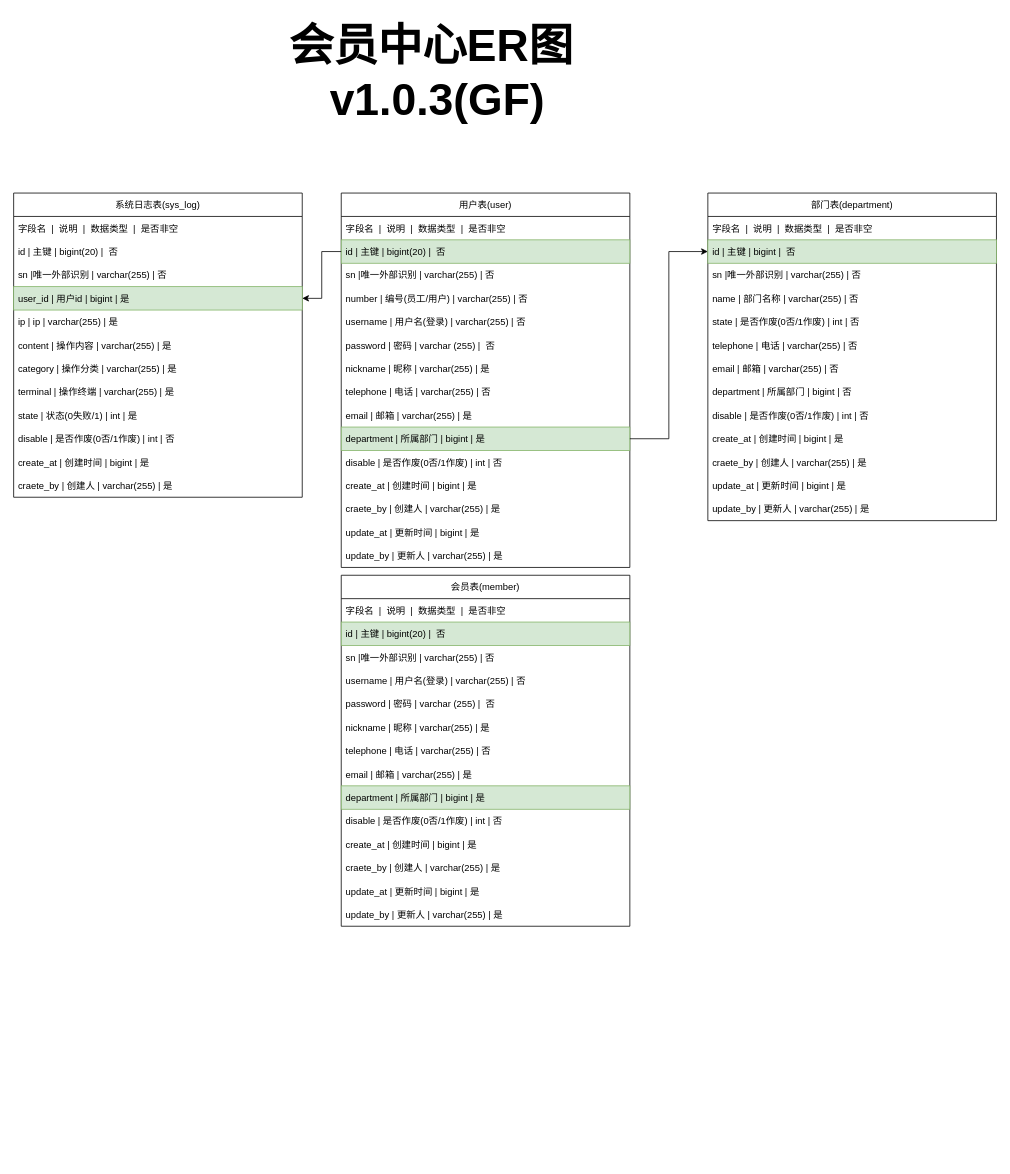
Before: er/tf/会员中心.drawio in GF521123/file, a draw.io diagram. Source tidied: cells renumbered, new cells numbered last; positions are measured from the earlier drawing's top-left corner, leaving out a move shared by most shapes. Both pictures are drawn from the tidied source at 78%, with x=0, y=0 at pixel (13, 13).
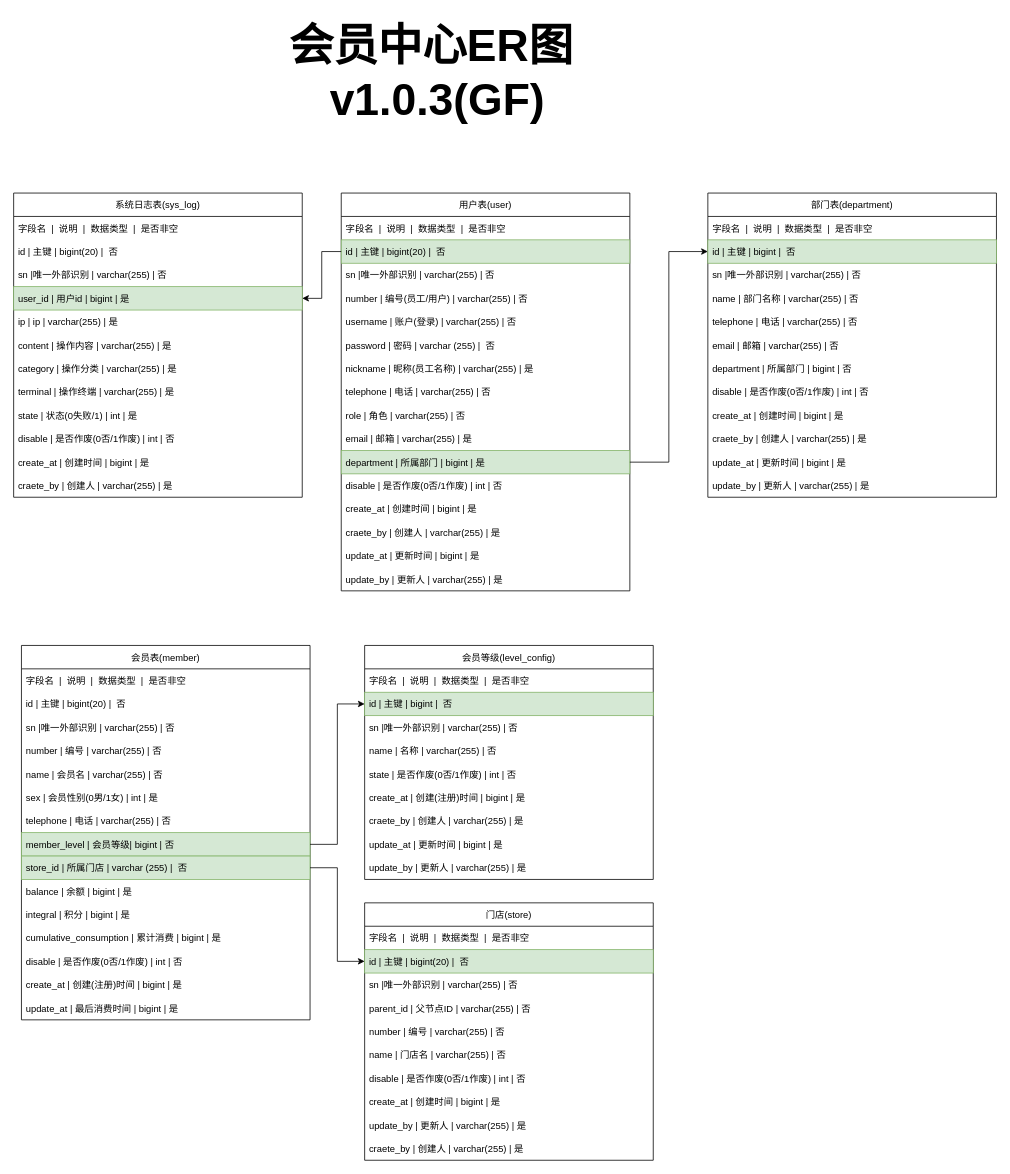
The same diagram, later.

Commit message (it also covers changes not shown here):
更新会员中心.drawio

Change to the diagram source:
```diff
@@
     <mxCell id="3" value="用户表(user)" style="swimlane;fontStyle=0;horizontal=1;startSize=30;" parent="1" vertex="1">
-      <mxGeometry x="420" y="230" width="370" height="480" as="geometry" />
+      <mxGeometry x="420" y="230" width="370" height="510" as="geometry" />
     </mxCell>
@@
-    <mxCell id="8" value="username | 用户名(登录) | varchar(255) | 否  " style="text;strokeColor=none;fillColor=none;align=left;verticalAlign=middle;spacingLeft=4;spacingRight=4;overflow=hidden;" parent="3" vertex="1">
+    <mxCell id="8" value="username | 账户(登录) | varchar(255) | 否  " style="text;strokeColor=none;fillColor=none;align=left;verticalAlign=middle;spacingLeft=4;spacingRight=4;overflow=hidden;" parent="3" vertex="1">
       <mxGeometry y="150" width="370" height="30" as="geometry" />
     </mxCell>
@@
-    <mxCell id="10" value="nickname | 昵称 | varchar(255) | 是" style="text;strokeColor=none;fillColor=none;align=left;verticalAlign=middle;spacingLeft=4;spacingRight=4;overflow=hidden;" parent="3" vertex="1">
+    <mxCell id="10" value="nickname | 昵称(员工名称) | varchar(255) | 是" style="text;strokeColor=none;fillColor=none;align=left;verticalAlign=middle;spacingLeft=4;spacingRight=4;overflow=hidden;" parent="3" vertex="1">
       <mxGeometry y="210" width="370" height="30" as="geometry" />
     </mxCell>
@@
+    <mxCell id="63" value="role | 角色 | varchar(255) | 否" style="text;strokeColor=none;fillColor=none;align=left;verticalAlign=middle;spacingLeft=4;spacingRight=4;overflow=hidden;" parent="3" vertex="1">
+      <mxGeometry y="270" width="370" height="30" as="geometry" />
+    </mxCell>
     <mxCell id="12" value="email | 邮箱 | varchar(255) | 是" style="text;strokeColor=none;fillColor=none;align=left;verticalAlign=middle;spacingLeft=4;spacingRight=4;overflow=hidden;" parent="3" vertex="1">
-      <mxGeometry y="270" width="370" height="30" as="geometry" />
+      <mxGeometry y="300" width="370" height="30" as="geometry" />
     </mxCell>
     <mxCell id="13" value="department | 所属部门 | bigint | 是" style="text;strokeColor=#82b366;fillColor=#d5e8d4;align=left;verticalAlign=middle;spacingLeft=4;spacingRight=4;overflow=hidden;points=[[0,0.5],[1,0.5]];portConstraint=eastwest;" parent="3" vertex="1">
-      <mxGeometry y="300" width="370" height="30" as="geometry" />
+      <mxGeometry y="330" width="370" height="30" as="geometry" />
     </mxCell>
     <mxCell id="14" value="disable | 是否作废(0否/1作废) | int | 否" style="text;strokeColor=none;fillColor=none;align=left;verticalAlign=middle;spacingLeft=4;spacingRight=4;overflow=hidden;" parent="3" vertex="1">
-      <mxGeometry y="330" width="370" height="30" as="geometry" />
+      <mxGeometry y="360" width="370" height="30" as="geometry" />
     </mxCell>
     <mxCell id="15" value="create_at | 创建时间 | bigint | 是" style="text;strokeColor=none;fillColor=none;align=left;verticalAlign=middle;spacingLeft=4;spacingRight=4;overflow=hidden;" parent="3" vertex="1">
-      <mxGeometry y="360" width="370" height="30" as="geometry" />
+      <mxGeometry y="390" width="370" height="30" as="geometry" />
     </mxCell>
     <mxCell id="16" value="craete_by | 创建人 | varchar(255) | 是" style="text;strokeColor=none;fillColor=none;align=left;verticalAlign=middle;spacingLeft=4;spacingRight=4;overflow=hidden;" parent="3" vertex="1">
-      <mxGeometry y="390" width="370" height="30" as="geometry" />
+      <mxGeometry y="420" width="370" height="30" as="geometry" />
     </mxCell>
     <mxCell id="17" value="update_at | 更新时间 | bigint | 是" style="text;strokeColor=none;fillColor=none;align=left;verticalAlign=middle;spacingLeft=4;spacingRight=4;overflow=hidden;" parent="3" vertex="1">
-      <mxGeometry y="420" width="370" height="30" as="geometry" />
+      <mxGeometry y="450" width="370" height="30" as="geometry" />
     </mxCell>
     <mxCell id="18" value="update_by | 更新人 | varchar(255) | 是" style="text;strokeColor=none;fillColor=none;align=left;verticalAlign=middle;spacingLeft=4;spacingRight=4;overflow=hidden;" parent="3" vertex="1">
-      <mxGeometry y="450" width="370" height="30" as="geometry" />
+      <mxGeometry y="480" width="370" height="30" as="geometry" />
     </mxCell>
     <mxCell id="19" value="部门表(department)" style="swimlane;fontStyle=0;horizontal=1;startSize=30;" parent="1" vertex="1">
-      <mxGeometry x="890" y="230" width="370" height="420" as="geometry" />
+      <mxGeometry x="890" y="230" width="370" height="390" as="geometry" />
     </mxCell>
@@
-    <mxCell id="24" value="state | 是否作废(0否/1作废) | int | 否" style="text;strokeColor=none;fillColor=none;align=left;verticalAlign=middle;spacingLeft=4;spacingRight=4;overflow=hidden;" parent="19" vertex="1">
-      <mxGeometry y="150" width="370" height="30" as="geometry" />
-    </mxCell>
     <mxCell id="25" value="telephone | 电话 | varchar(255) | 否" style="text;strokeColor=none;fillColor=none;align=left;verticalAlign=middle;spacingLeft=4;spacingRight=4;overflow=hidden;" parent="19" vertex="1">
-      <mxGeometry y="180" width="370" height="30" as="geometry" />
+      <mxGeometry y="150" width="370" height="30" as="geometry" />
     </mxCell>
     <mxCell id="26" value="email | 邮箱 | varchar(255) | 否" style="text;strokeColor=none;fillColor=none;align=left;verticalAlign=middle;spacingLeft=4;spacingRight=4;overflow=hidden;" parent="19" vertex="1">
-      <mxGeometry y="210" width="370" height="30" as="geometry" />
+      <mxGeometry y="180" width="370" height="30" as="geometry" />
     </mxCell>
     <mxCell id="27" value="department | 所属部门 | bigint | 否" style="text;strokeColor=none;fillColor=none;align=left;verticalAlign=middle;spacingLeft=4;spacingRight=4;overflow=hidden;" parent="19" vertex="1">
-      <mxGeometry y="240" width="370" height="30" as="geometry" />
+      <mxGeometry y="210" width="370" height="30" as="geometry" />
     </mxCell>
     <mxCell id="28" value="disable | 是否作废(0否/1作废) | int | 否" style="text;strokeColor=none;fillColor=none;align=left;verticalAlign=middle;spacingLeft=4;spacingRight=4;overflow=hidden;" parent="19" vertex="1">
-      <mxGeometry y="270" width="370" height="30" as="geometry" />
+      <mxGeometry y="240" width="370" height="30" as="geometry" />
     </mxCell>
     <mxCell id="29" value="create_at | 创建时间 | bigint | 是" style="text;strokeColor=none;fillColor=none;align=left;verticalAlign=middle;spacingLeft=4;spacingRight=4;overflow=hidden;" parent="19" vertex="1">
-      <mxGeometry y="300" width="370" height="30" as="geometry" />
+      <mxGeometry y="270" width="370" height="30" as="geometry" />
     </mxCell>
     <mxCell id="30" value="craete_by | 创建人 | varchar(255) | 是" style="text;strokeColor=none;fillColor=none;align=left;verticalAlign=middle;spacingLeft=4;spacingRight=4;overflow=hidden;" parent="19" vertex="1">
-      <mxGeometry y="330" width="370" height="30" as="geometry" />
+      <mxGeometry y="300" width="370" height="30" as="geometry" />
     </mxCell>
     <mxCell id="31" value="update_at | 更新时间 | bigint | 是" style="text;strokeColor=none;fillColor=none;align=left;verticalAlign=middle;spacingLeft=4;spacingRight=4;overflow=hidden;" parent="19" vertex="1">
-      <mxGeometry y="360" width="370" height="30" as="geometry" />
+      <mxGeometry y="330" width="370" height="30" as="geometry" />
     </mxCell>
     <mxCell id="32" value="update_by | 更新人 | varchar(255) | 是" style="text;strokeColor=none;fillColor=none;align=left;verticalAlign=middle;spacingLeft=4;spacingRight=4;overflow=hidden;" parent="19" vertex="1">
-      <mxGeometry y="390" width="370" height="30" as="geometry" />
+      <mxGeometry y="360" width="370" height="30" as="geometry" />
     </mxCell>
@@
     <mxCell id="48" value="会员表(member)" style="swimlane;fontStyle=0;horizontal=1;startSize=30;" parent="1" vertex="1">
-      <mxGeometry x="420" y="720" width="370" height="450" as="geometry" />
+      <mxGeometry x="10" y="810" width="370" height="480" as="geometry" />
     </mxCell>
@@
-    <mxCell id="50" value="id | 主键 | bigint(20) |  否" style="text;strokeColor=#82b366;fillColor=#d5e8d4;align=left;verticalAlign=middle;spacingLeft=4;spacingRight=4;overflow=hidden;" parent="48" vertex="1">
+    <mxCell id="50" value="id | 主键 | bigint(20) |  否" style="text;align=left;verticalAlign=middle;spacingLeft=4;spacingRight=4;overflow=hidden;" parent="48" vertex="1">
       <mxGeometry y="60" width="370" height="30" as="geometry" />
     </mxCell>
@@
+    <mxCell id="64" value="number | 编号 | varchar(255) | 否" style="text;strokeColor=none;fillColor=none;align=left;verticalAlign=middle;spacingLeft=4;spacingRight=4;overflow=hidden;" parent="48" vertex="1">
+      <mxGeometry y="120" width="370" height="30" as="geometry" />
+    </mxCell>
-    <mxCell id="52" value="username | 用户名(登录) | varchar(255) | 否  " style="text;strokeColor=none;fillColor=none;align=left;verticalAlign=middle;spacingLeft=4;spacingRight=4;overflow=hidden;" parent="48" vertex="1">
-      <mxGeometry y="120" width="370" height="30" as="geometry" />
+    <mxCell id="52" value="name | 会员名 | varchar(255) | 否  " style="text;strokeColor=none;fillColor=none;align=left;verticalAlign=middle;spacingLeft=4;spacingRight=4;overflow=hidden;" parent="48" vertex="1">
+      <mxGeometry y="150" width="370" height="30" as="geometry" />
     </mxCell>
+    <mxCell id="65" value="sex | 会员性别(0男/1女) | int | 是" style="text;strokeColor=none;fillColor=none;align=left;verticalAlign=middle;spacingLeft=4;spacingRight=4;overflow=hidden;" parent="48" vertex="1">
+      <mxGeometry y="180" width="370" height="30" as="geometry" />
+    </mxCell>
+    <mxCell id="55" value="telephone | 电话 | varchar(255) | 否" style="text;strokeColor=none;fillColor=none;align=left;verticalAlign=middle;spacingLeft=4;spacingRight=4;overflow=hidden;" parent="48" vertex="1">
+      <mxGeometry y="210" width="370" height="30" as="geometry" />
+    </mxCell>
+    <mxCell id="56" value="member_level | 会员等级| bigint | 否" style="text;strokeColor=#82b366;fillColor=#d5e8d4;align=left;verticalAlign=middle;spacingLeft=4;spacingRight=4;overflow=hidden;points=[[0,0.5],[1,0.5]];portConstraint=eastwest;" parent="48" vertex="1">
+      <mxGeometry y="240" width="370" height="30" as="geometry" />
+    </mxCell>
-    <mxCell id="53" value="password | 密码 | varchar (255) |  否" style="text;strokeColor=none;fillColor=none;align=left;verticalAlign=middle;spacingLeft=4;spacingRight=4;overflow=hidden;points=[[0,0.5],[1,0.5]];portConstraint=eastwest;" parent="48" vertex="1">
-      <mxGeometry y="150" width="370" height="30" as="geometry" />
+    <mxCell id="53" value="store_id | 所属门店 | varchar (255) |  否" style="text;strokeColor=#82b366;fillColor=#d5e8d4;align=left;verticalAlign=middle;spacingLeft=4;spacingRight=4;overflow=hidden;points=[[0,0.5],[1,0.5]];portConstraint=eastwest;" parent="48" vertex="1">
+      <mxGeometry y="270" width="370" height="30" as="geometry" />
     </mxCell>
-    <mxCell id="54" value="nickname | 昵称 | varchar(255) | 是" style="text;strokeColor=none;fillColor=none;align=left;verticalAlign=middle;spacingLeft=4;spacingRight=4;overflow=hidden;" parent="48" vertex="1">
-      <mxGeometry y="180" width="370" height="30" as="geometry" />
+    <mxCell id="54" value="balance | 余额 | bigint | 是" style="text;strokeColor=none;fillColor=none;align=left;verticalAlign=middle;spacingLeft=4;spacingRight=4;overflow=hidden;" parent="48" vertex="1">
+      <mxGeometry y="300" width="370" height="30" as="geometry" />
     </mxCell>
-    <mxCell id="55" value="telephone | 电话 | varchar(255) | 否" style="text;strokeColor=none;fillColor=none;align=left;verticalAlign=middle;spacingLeft=4;spacingRight=4;overflow=hidden;" parent="48" vertex="1">
-      <mxGeometry y="210" width="370" height="30" as="geometry" />
-    </mxCell>
-    <mxCell id="56" value="email | 邮箱 | varchar(255) | 是" style="text;strokeColor=none;fillColor=none;align=left;verticalAlign=middle;spacingLeft=4;spacingRight=4;overflow=hidden;points=[[0,0.5],[1,0.5]];portConstraint=eastwest;" parent="48" vertex="1">
-      <mxGeometry y="240" width="370" height="30" as="geometry" />
-    </mxCell>
-    <mxCell id="57" value="department | 所属部门 | bigint | 是" style="text;strokeColor=#82b366;fillColor=#d5e8d4;align=left;verticalAlign=middle;spacingLeft=4;spacingRight=4;overflow=hidden;" parent="48" vertex="1">
-      <mxGeometry y="270" width="370" height="30" as="geometry" />
+    <mxCell id="57" value="integral | 积分 | bigint | 是" style="text;align=left;verticalAlign=middle;spacingLeft=4;spacingRight=4;overflow=hidden;" parent="48" vertex="1">
+      <mxGeometry y="330" width="370" height="30" as="geometry" />
     </mxCell>
+    <mxCell id="66" value="cumulative_consumption | 累计消费 | bigint | 是" style="text;strokeColor=none;fillColor=none;align=left;verticalAlign=middle;spacingLeft=4;spacingRight=4;overflow=hidden;" parent="48" vertex="1">
+      <mxGeometry y="360" width="370" height="30" as="geometry" />
+    </mxCell>
     <mxCell id="58" value="disable | 是否作废(0否/1作废) | int | 否" style="text;strokeColor=none;fillColor=none;align=left;verticalAlign=middle;spacingLeft=4;spacingRight=4;overflow=hidden;" parent="48" vertex="1">
-      <mxGeometry y="300" width="370" height="30" as="geometry" />
+      <mxGeometry y="390" width="370" height="30" as="geometry" />
     </mxCell>
-    <mxCell id="59" value="create_at | 创建时间 | bigint | 是" style="text;strokeColor=none;fillColor=none;align=left;verticalAlign=middle;spacingLeft=4;spacingRight=4;overflow=hidden;" parent="48" vertex="1">
-      <mxGeometry y="330" width="370" height="30" as="geometry" />
+    <mxCell id="59" value="create_at | 创建(注册)时间 | bigint | 是" style="text;strokeColor=none;fillColor=none;align=left;verticalAlign=middle;spacingLeft=4;spacingRight=4;overflow=hidden;" parent="48" vertex="1">
+      <mxGeometry y="420" width="370" height="30" as="geometry" />
     </mxCell>
-    <mxCell id="60" value="craete_by | 创建人 | varchar(255) | 是" style="text;strokeColor=none;fillColor=none;align=left;verticalAlign=middle;spacingLeft=4;spacingRight=4;overflow=hidden;" parent="48" vertex="1">
-      <mxGeometry y="360" width="370" height="30" as="geometry" />
-    </mxCell>
-    <mxCell id="61" value="update_at | 更新时间 | bigint | 是" style="text;strokeColor=none;fillColor=none;align=left;verticalAlign=middle;spacingLeft=4;spacingRight=4;overflow=hidden;" parent="48" vertex="1">
-      <mxGeometry y="390" width="370" height="30" as="geometry" />
+    <mxCell id="61" value="update_at | 最后消费时间 | bigint | 是" style="text;strokeColor=none;fillColor=none;align=left;verticalAlign=middle;spacingLeft=4;spacingRight=4;overflow=hidden;" parent="48" vertex="1">
+      <mxGeometry y="450" width="370" height="30" as="geometry" />
     </mxCell>
-    <mxCell id="62" value="update_by | 更新人 | varchar(255) | 是" style="text;strokeColor=none;fillColor=none;align=left;verticalAlign=middle;spacingLeft=4;spacingRight=4;overflow=hidden;" parent="48" vertex="1">
-      <mxGeometry y="420" width="370" height="30" as="geometry" />
-    </mxCell>
+    <mxCell id="67" value="会员等级(level_config)" style="swimlane;fontStyle=0;horizontal=1;startSize=30;" parent="1" vertex="1">
+      <mxGeometry x="450" y="810" width="370" height="300" as="geometry" />
+    </mxCell>
+    <mxCell id="68" value="字段名  |  说明  |  数据类型  |  是否非空" style="text;strokeColor=none;fillColor=none;align=left;verticalAlign=middle;spacingLeft=4;spacingRight=4;overflow=hidden;" parent="67" vertex="1">
+      <mxGeometry y="30" width="370" height="30" as="geometry" />
+    </mxCell>
+    <mxCell id="69" value="id | 主键 | bigint |  否" style="text;strokeColor=#82b366;fillColor=#d5e8d4;align=left;verticalAlign=middle;spacingLeft=4;spacingRight=4;overflow=hidden;points=[[0,0.5],[1,0.5]];portConstraint=eastwest;" parent="67" vertex="1">
+      <mxGeometry y="60" width="370" height="30" as="geometry" />
+    </mxCell>
+    <mxCell id="70" value="sn |唯一外部识别 | varchar(255) | 否" style="text;strokeColor=none;fillColor=none;align=left;verticalAlign=middle;spacingLeft=4;spacingRight=4;overflow=hidden;" parent="67" vertex="1">
+      <mxGeometry y="90" width="370" height="30" as="geometry" />
+    </mxCell>
+    <mxCell id="71" value="name | 名称 | varchar(255) | 否" style="text;strokeColor=none;fillColor=none;align=left;verticalAlign=middle;spacingLeft=4;spacingRight=4;overflow=hidden;" parent="67" vertex="1">
+      <mxGeometry y="120" width="370" height="30" as="geometry" />
+    </mxCell>
+    <mxCell id="24" value="state | 是否作废(0否/1作废) | int | 否" style="text;strokeColor=none;fillColor=none;align=left;verticalAlign=middle;spacingLeft=4;spacingRight=4;overflow=hidden;" parent="67" vertex="1">
+      <mxGeometry y="150" width="370" height="30" as="geometry" />
+    </mxCell>
+    <mxCell id="72" value="create_at | 创建(注册)时间 | bigint | 是" style="text;strokeColor=none;fillColor=none;align=left;verticalAlign=middle;spacingLeft=4;spacingRight=4;overflow=hidden;" parent="67" vertex="1">
+      <mxGeometry y="180" width="370" height="30" as="geometry" />
+    </mxCell>
+    <mxCell id="73" value="craete_by | 创建人 | varchar(255) | 是" style="text;strokeColor=none;fillColor=none;align=left;verticalAlign=middle;spacingLeft=4;spacingRight=4;overflow=hidden;" parent="67" vertex="1">
+      <mxGeometry y="210" width="370" height="30" as="geometry" />
+    </mxCell>
+    <mxCell id="74" value="update_at | 更新时间 | bigint | 是" style="text;strokeColor=none;fillColor=none;align=left;verticalAlign=middle;spacingLeft=4;spacingRight=4;overflow=hidden;" parent="67" vertex="1">
+      <mxGeometry y="240" width="370" height="30" as="geometry" />
+    </mxCell>
+    <mxCell id="75" value="update_by | 更新人 | varchar(255) | 是" style="text;strokeColor=none;fillColor=none;align=left;verticalAlign=middle;spacingLeft=4;spacingRight=4;overflow=hidden;" parent="67" vertex="1">
+      <mxGeometry y="270" width="370" height="30" as="geometry" />
+    </mxCell>
+    <mxCell id="76" style="edgeStyle=orthogonalEdgeStyle;rounded=0;jettySize=auto;html=1;entryX=0;entryY=0.5;entryDx=0;entryDy=0;" parent="1" edge="1" source="56" target="69">
+      <mxGeometry relative="1" as="geometry" />
+    </mxCell>
+    <mxCell id="77" value="门店(store)" style="swimlane;fontStyle=0;horizontal=1;startSize=30;" parent="1" vertex="1">
+      <mxGeometry x="450" y="1140" width="370" height="330" as="geometry" />
+    </mxCell>
+    <mxCell id="78" value="字段名  |  说明  |  数据类型  |  是否非空" style="text;strokeColor=none;fillColor=none;align=left;verticalAlign=middle;spacingLeft=4;spacingRight=4;overflow=hidden;" parent="77" vertex="1">
+      <mxGeometry y="30" width="370" height="30" as="geometry" />
+    </mxCell>
+    <mxCell id="79" value="id | 主键 | bigint(20) |  否" style="text;align=left;verticalAlign=middle;spacingLeft=4;spacingRight=4;overflow=hidden;points=[[0,0.5],[1,0.5]];portConstraint=eastwest;fillColor=#d5e8d4;strokeColor=#82b366;" parent="77" vertex="1">
+      <mxGeometry y="60" width="370" height="30" as="geometry" />
+    </mxCell>
+    <mxCell id="80" value="sn |唯一外部识别 | varchar(255) | 否" style="text;strokeColor=none;fillColor=none;align=left;verticalAlign=middle;spacingLeft=4;spacingRight=4;overflow=hidden;" parent="77" vertex="1">
+      <mxGeometry y="90" width="370" height="30" as="geometry" />
+    </mxCell>
+    <mxCell id="81" value="parent_id | 父节点ID | varchar(255) | 否  " style="text;strokeColor=none;fillColor=none;align=left;verticalAlign=middle;spacingLeft=4;spacingRight=4;overflow=hidden;" parent="77" vertex="1">
+      <mxGeometry y="120" width="370" height="30" as="geometry" />
+    </mxCell>
+    <mxCell id="82" value="number | 编号 | varchar(255) | 否" style="text;strokeColor=none;fillColor=none;align=left;verticalAlign=middle;spacingLeft=4;spacingRight=4;overflow=hidden;" parent="77" vertex="1">
+      <mxGeometry y="150" width="370" height="30" as="geometry" />
+    </mxCell>
+    <mxCell id="83" value="name | 门店名 | varchar(255) | 否  " style="text;strokeColor=none;fillColor=none;align=left;verticalAlign=middle;spacingLeft=4;spacingRight=4;overflow=hidden;" parent="77" vertex="1">
+      <mxGeometry y="180" width="370" height="30" as="geometry" />
+    </mxCell>
+    <mxCell id="84" value="disable | 是否作废(0否/1作废) | int | 否" style="text;strokeColor=none;fillColor=none;align=left;verticalAlign=middle;spacingLeft=4;spacingRight=4;overflow=hidden;" parent="77" vertex="1">
+      <mxGeometry y="210" width="370" height="30" as="geometry" />
+    </mxCell>
+    <mxCell id="85" value="create_at | 创建时间 | bigint | 是" style="text;strokeColor=none;fillColor=none;align=left;verticalAlign=middle;spacingLeft=4;spacingRight=4;overflow=hidden;" parent="77" vertex="1">
+      <mxGeometry y="240" width="370" height="30" as="geometry" />
+    </mxCell>
+    <mxCell id="86" value="update_by | 更新人 | varchar(255) | 是" style="text;strokeColor=none;fillColor=none;align=left;verticalAlign=middle;spacingLeft=4;spacingRight=4;overflow=hidden;" parent="77" vertex="1">
+      <mxGeometry y="270" width="370" height="30" as="geometry" />
+    </mxCell>
+    <mxCell id="87" value="craete_by | 创建人 | varchar(255) | 是" style="text;strokeColor=none;fillColor=none;align=left;verticalAlign=middle;spacingLeft=4;spacingRight=4;overflow=hidden;" parent="77" vertex="1">
+      <mxGeometry y="300" width="370" height="30" as="geometry" />
+    </mxCell>
+    <mxCell id="88" style="edgeStyle=orthogonalEdgeStyle;rounded=0;jettySize=auto;html=1;entryX=0;entryY=0.5;entryDx=0;entryDy=0;" parent="1" edge="1" source="53" target="79">
+      <mxGeometry relative="1" as="geometry" />
+    </mxCell>
```
